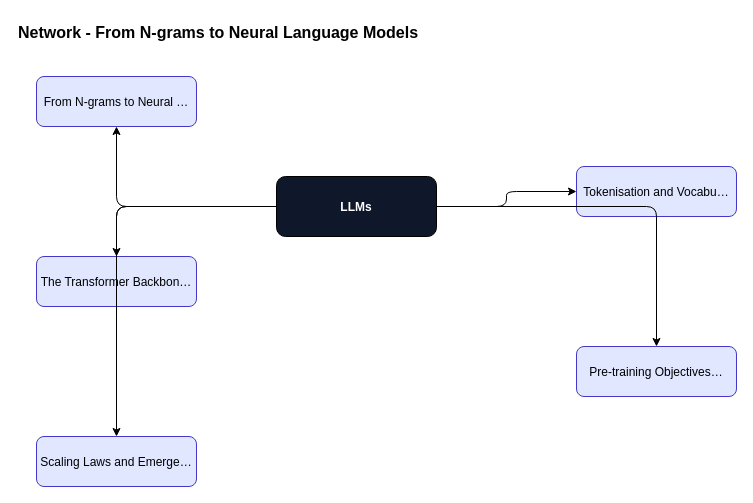
Above: content/llms/llms-foundations/diagrams/fig-001-network.drawio in ankit05121980/AI-University (draw.io), before the change. Source tidied: cells renumbered, new cells numbered last; positions are measured from the earlier drawing's top-left corner, leaving out a move shared by most shapes. Both pictures are drawn from the tidied source at 100%, with x=0, y=0 at pixel (16, 16).
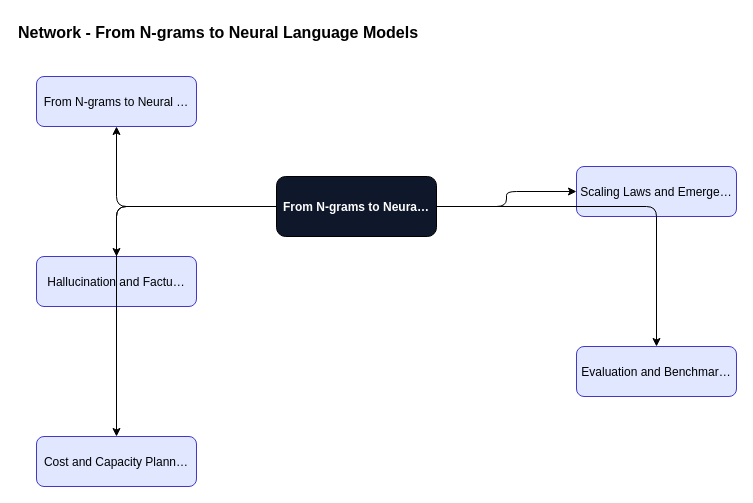
The same page after the edit.

Change to the diagram source:
```diff
@@
 <mxGraphModel>
   <root>
     <mxCell id="0" />
     <mxCell id="1" parent="0" />
     <mxCell id="2" value="Network - From N-grams to Neural Language Models" style="text;fontSize=16;fontStyle=1;" parent="1" vertex="1">
       <mxGeometry width="600" height="30" as="geometry" />
     </mxCell>
-    <mxCell id="3" value="LLMs" style="rounded=1;fillColor=#0f172a;fontColor=#ffffff;fontStyle=1;" parent="1" vertex="1">
+    <mxCell id="3" value="From N-grams to Neura…" style="rounded=1;fillColor=#0f172a;fontColor=#ffffff;fontStyle=1;" parent="1" vertex="1">
       <mxGeometry x="260" y="160" width="160" height="60" as="geometry" />
     </mxCell>
     <mxCell id="4" value="From N-grams to Neural …" style="rounded=1;fillColor=#e0e7ff;strokeColor=#4338ca;" parent="1" vertex="1">
       <mxGeometry x="20" y="60" width="160" height="50" as="geometry" />
     </mxCell>
     <mxCell id="5" style="edgeStyle=orthogonalEdgeStyle;" parent="1" edge="1" source="3" target="4">
       <mxGeometry relative="1" as="geometry" />
     </mxCell>
-    <mxCell id="6" value="Tokenisation and Vocabu…" style="rounded=1;fillColor=#e0e7ff;strokeColor=#4338ca;" parent="1" vertex="1">
+    <mxCell id="6" value="Scaling Laws and Emerge…" style="rounded=1;fillColor=#e0e7ff;strokeColor=#4338ca;" parent="1" vertex="1">
       <mxGeometry x="560" y="150" width="160" height="50" as="geometry" />
     </mxCell>
     <mxCell id="7" style="edgeStyle=orthogonalEdgeStyle;" parent="1" edge="1" source="3" target="6">
       <mxGeometry relative="1" as="geometry" />
     </mxCell>
-    <mxCell id="8" value="The Transformer Backbon…" style="rounded=1;fillColor=#e0e7ff;strokeColor=#4338ca;" parent="1" vertex="1">
+    <mxCell id="8" value="Hallucination and Factu…" style="rounded=1;fillColor=#e0e7ff;strokeColor=#4338ca;" parent="1" vertex="1">
       <mxGeometry x="20" y="240" width="160" height="50" as="geometry" />
     </mxCell>
     <mxCell id="9" style="edgeStyle=orthogonalEdgeStyle;" parent="1" edge="1" source="3" target="8">
       <mxGeometry relative="1" as="geometry" />
     </mxCell>
-    <mxCell id="10" value="Pre-training Objectives…" style="rounded=1;fillColor=#e0e7ff;strokeColor=#4338ca;" parent="1" vertex="1">
+    <mxCell id="10" value="Evaluation and Benchmar…" style="rounded=1;fillColor=#e0e7ff;strokeColor=#4338ca;" parent="1" vertex="1">
       <mxGeometry x="560" y="330" width="160" height="50" as="geometry" />
     </mxCell>
     <mxCell id="11" style="edgeStyle=orthogonalEdgeStyle;" parent="1" edge="1" source="3" target="10">
       <mxGeometry relative="1" as="geometry" />
     </mxCell>
-    <mxCell id="12" value="Scaling Laws and Emerge…" style="rounded=1;fillColor=#e0e7ff;strokeColor=#4338ca;" parent="1" vertex="1">
+    <mxCell id="12" value="Cost and Capacity Plann…" style="rounded=1;fillColor=#e0e7ff;strokeColor=#4338ca;" parent="1" vertex="1">
       <mxGeometry x="20" y="420" width="160" height="50" as="geometry" />
     </mxCell>
     <mxCell id="13" style="edgeStyle=orthogonalEdgeStyle;" parent="1" edge="1" source="3" target="12">
       <mxGeometry relative="1" as="geometry" />
     </mxCell>
   </root>
 </mxGraphModel>
```
